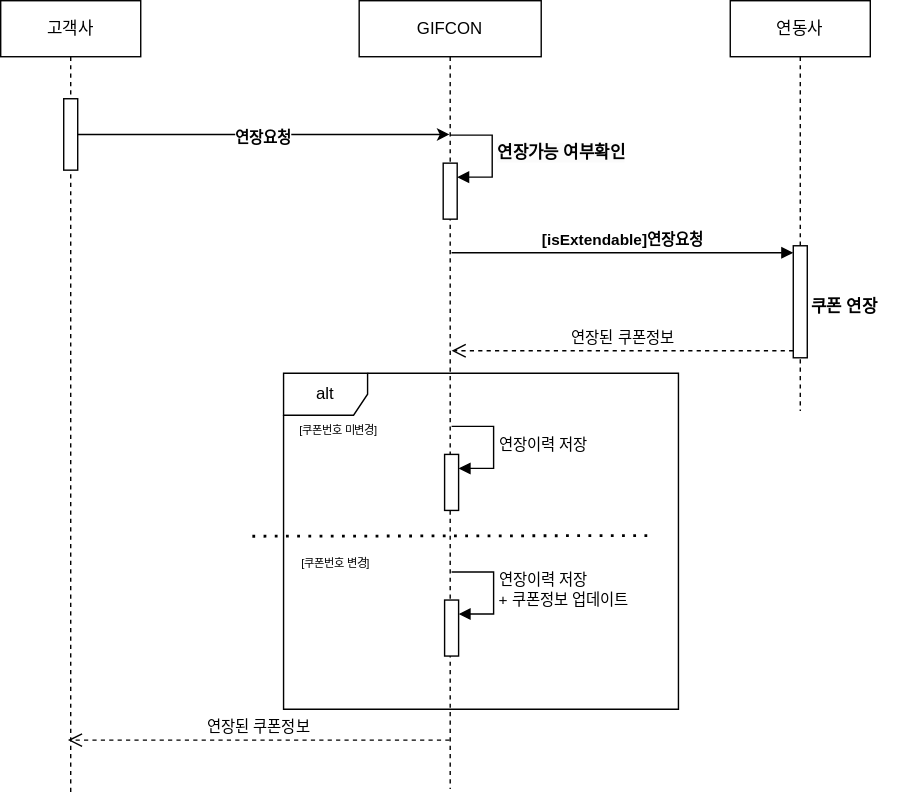
Before: [중계]연장이력_시퀀스_다이어그램.drawio.svg, a diagram exported from draw.io (k3srpn/Architecture). Source tidied: cells renumbered, new cells last; positions are measured from the earlier drawing's top-left corner, leaving out a move shared by most shapes.
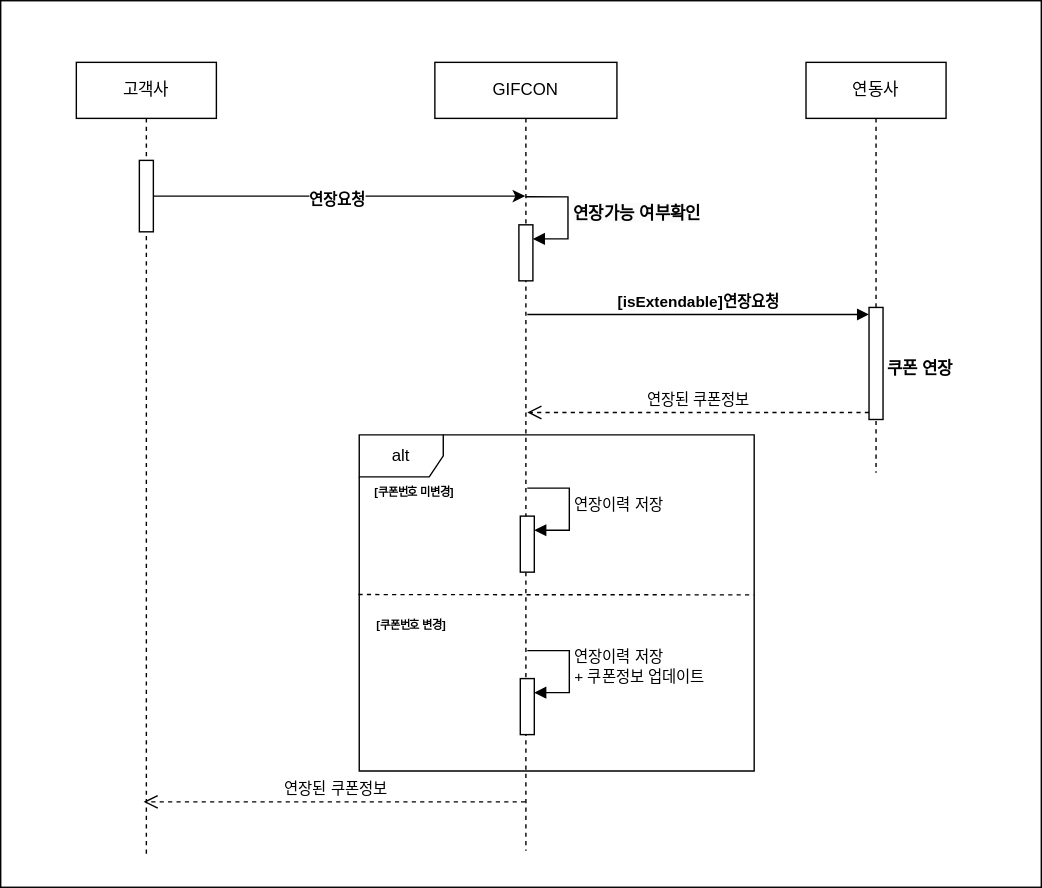
The same diagram one commit later.

Commit message:
[중계]연장이력_시퀀스_다이어그램.drawio.svg 업데이트

What changed in the source:
```diff
@@ -2,6 +2,9 @@
   <root>
     <mxCell id="0" />
     <mxCell id="1" parent="0" />
+    <mxCell id="23" style="rounded=0;whiteSpace=wrap;html=1;fillColor=none;" parent="1" vertex="1">
+      <mxGeometry x="-54" y="-44" width="743" height="633" as="geometry" />
+    </mxCell>
     <mxCell id="2" value="GIFCON" style="shape=umlLifeline;perimeter=lifelinePerimeter;whiteSpace=wrap;html=1;outlineConnect=0;portConstraint=eastwest;newEdgeStyle={&quot;edgeStyle&quot;:&quot;elbowEdgeStyle&quot;,&quot;elbow&quot;:&quot;vertical&quot;,&quot;curved&quot;:0,&quot;rounded&quot;:0};" parent="1" vertex="1">
       <mxGeometry x="256" width="130" height="563" as="geometry" />
     </mxCell>
@@ -28,13 +31,13 @@
       </mxGeometry>
     </mxCell>
     <mxCell id="7" style="html=1;points=[[0,0,0,0,5],[0,1,0,0,-5],[1,0,0,0,5],[1,1,0,0,-5]];perimeter=orthogonalPerimeter;outlineConnect=0;targetShapes=umlLifeline;portConstraint=eastwest;newEdgeStyle={&quot;curved&quot;:0,&quot;rounded&quot;:0};" parent="2" vertex="1">
-      <mxGeometry x="61" y="428" width="10" height="40" as="geometry" />
+      <mxGeometry x="61" y="440" width="10" height="40" as="geometry" />
     </mxCell>
     <mxCell id="8" value="연장이력 저장&lt;br&gt;+ 쿠폰정보 업데이트" style="html=1;align=left;spacingLeft=2;endArrow=block;rounded=0;edgeStyle=orthogonalEdgeStyle;curved=0;rounded=0;" parent="2" edge="1" target="7">
       <mxGeometry relative="1" as="geometry">
-        <mxPoint x="66" y="408" as="sourcePoint" />
+        <mxPoint x="66" y="420" as="sourcePoint" />
         <Array as="points">
-          <mxPoint x="96" y="438" />
+          <mxPoint x="96" y="450" />
         </Array>
       </mxGeometry>
     </mxCell>
@@ -74,22 +77,19 @@
         <mxPoint x="322" y="250" as="targetPoint" />
       </mxGeometry>
     </mxCell>
-    <mxCell id="19" value="[쿠폰번호 미변경]" style="text;html=1;align=center;verticalAlign=middle;strokeColor=none;fillColor=none;fontSize=8;" parent="1" vertex="1">
-      <mxGeometry x="200" y="296" width="81" height="22" as="geometry" />
+    <mxCell id="19" value="&lt;b&gt;[쿠폰번호 미변경]&lt;/b&gt;" style="text;html=1;align=center;verticalAlign=middle;strokeColor=none;fillColor=none;fontSize=8;" parent="1" vertex="1">
+      <mxGeometry x="200" y="296" width="82" height="22" as="geometry" />
     </mxCell>
-    <mxCell id="20" style="endArrow=none;dashed=1;html=1;dashPattern=1 3;strokeWidth=2;rounded=0;entryX=1.003;entryY=0.479;entryDx=0;entryDy=0;entryPerimeter=0;exitX=-0.001;exitY=0.481;exitDx=0;exitDy=0;exitPerimeter=0;" parent="1" edge="1">
-      <mxGeometry relative="1" as="geometry">
-        <mxPoint x="179.7" y="382.4" as="sourcePoint" />
-        <mxPoint x="462.8" y="382" as="targetPoint" />
-      </mxGeometry>
-    </mxCell>
     <mxCell id="21" value="연장된 쿠폰정보" style="html=1;verticalAlign=bottom;endArrow=open;dashed=1;endSize=8;curved=0;rounded=0;" parent="1" edge="1" source="2">
       <mxGeometry relative="1" as="geometry">
         <mxPoint x="48" y="528" as="targetPoint" />
       </mxGeometry>
     </mxCell>
-    <mxCell id="22" value="[쿠폰번호 변경]" style="text;html=1;align=center;verticalAlign=middle;strokeColor=none;fillColor=none;fontSize=8;" parent="1" vertex="1">
-      <mxGeometry x="202" y="391" width="73" height="22" as="geometry" />
+    <mxCell id="22" value="&lt;b&gt;[쿠폰번호 변경]&lt;/b&gt;" style="text;html=1;align=center;verticalAlign=middle;strokeColor=none;fillColor=none;fontSize=8;" parent="1" vertex="1">
+      <mxGeometry x="202" y="391" width="74" height="22" as="geometry" />
     </mxCell>
+    <mxCell id="24" style="endArrow=none;dashed=1;html=1;rounded=0;exitX=-0.002;exitY=0.475;exitDx=0;exitDy=0;exitPerimeter=0;entryX=0.999;entryY=0.476;entryDx=0;entryDy=0;entryPerimeter=0;" parent="1" edge="1" source="16" target="16">
+      <mxGeometry relative="1" as="geometry" />
+    </mxCell>
   </root>
 </mxGraphModel>
```
